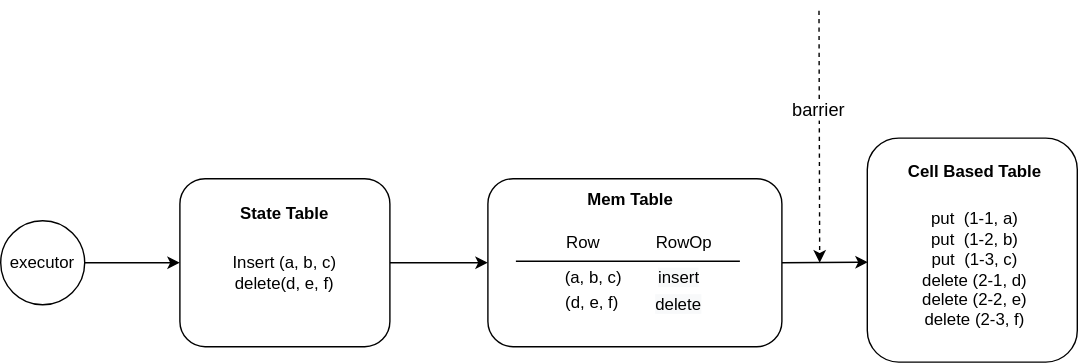
The draw.io diagram docs/images/relational-table-layer/relational-table-03.svg in risingwavelabs/risingwave, before a commit. Source tidied: cells renumbered, new cells last; positions are measured from the earlier drawing's top-left corner, leaving out a move shared by most shapes. The source it was exported from:
```xml
<mxGraphModel>
  <root>
    <mxCell id="0" />
    <mxCell id="1" parent="0" />
    <mxCell id="2" style="edgeStyle=orthogonalEdgeStyle;rounded=0;jettySize=auto;html=1;exitX=1;exitY=0.5;exitDx=0;exitDy=0;" parent="1" edge="1" source="3" target="5">
      <mxGeometry relative="1" as="geometry" />
    </mxCell>
    <mxCell id="3" value="executor" style="ellipse;whiteSpace=wrap;html=1;" parent="1" vertex="1">
      <mxGeometry y="150" width="60" height="60" as="geometry" />
    </mxCell>
    <mxCell id="4" style="edgeStyle=none;rounded=0;jettySize=auto;html=1;exitX=1;exitY=0.5;exitDx=0;exitDy=0;entryX=0;entryY=0.5;entryDx=0;entryDy=0;" parent="1" edge="1" source="5" target="8">
      <mxGeometry relative="1" as="geometry" />
    </mxCell>
    <mxCell id="5" value="&lt;br&gt;Insert (a, b, c)&lt;br&gt;delete(d, e, f)" style="rounded=1;whiteSpace=wrap;html=1;" parent="1" vertex="1">
      <mxGeometry x="128" y="120" width="150" height="120" as="geometry" />
    </mxCell>
    <mxCell id="6" value="&lt;b&gt;State Table&lt;/b&gt;" style="text;html=1;strokeColor=none;fillColor=none;align=center;verticalAlign=middle;whiteSpace=wrap;rounded=0;" parent="1" vertex="1">
      <mxGeometry x="158" y="130" width="90" height="30" as="geometry" />
    </mxCell>
    <mxCell id="7" style="edgeStyle=none;rounded=0;jettySize=auto;html=1;exitX=1;exitY=0.5;exitDx=0;exitDy=0;entryX=0.003;entryY=0.554;entryDx=0;entryDy=0;entryPerimeter=0;fontSize=13;" parent="1" edge="1" source="8" target="15">
      <mxGeometry relative="1" as="geometry" />
    </mxCell>
    <mxCell id="8" value="&lt;table&gt;&lt;tbody&gt;&lt;tr&gt;&lt;td&gt;&lt;br&gt;&lt;/td&gt;&lt;td&gt;&lt;br&gt;&lt;/td&gt;&lt;/tr&gt;&lt;tr&gt;&lt;td&gt;&lt;br&gt;&lt;/td&gt;&lt;td&gt;&lt;br&gt;&lt;/td&gt;&lt;/tr&gt;&lt;/tbody&gt;&lt;/table&gt;" style="rounded=1;whiteSpace=wrap;html=1;" parent="1" vertex="1">
      <mxGeometry x="348" y="120" width="210" height="120" as="geometry" />
    </mxCell>
    <mxCell id="9" value="&lt;b&gt;Mem Table&lt;/b&gt;" style="text;html=1;strokeColor=none;fillColor=none;align=center;verticalAlign=middle;whiteSpace=wrap;rounded=0;" parent="1" vertex="1">
      <mxGeometry x="405" y="120" width="90" height="30" as="geometry" />
    </mxCell>
    <mxCell id="10" value="Row&amp;nbsp; &amp;nbsp; &amp;nbsp; &amp;nbsp; &amp;nbsp; &amp;nbsp; RowOp&amp;nbsp;" style="text;html=1;strokeColor=none;fillColor=none;align=center;verticalAlign=middle;whiteSpace=wrap;rounded=0;dashed=1;" parent="1" vertex="1">
      <mxGeometry x="388" y="151" width="140" height="29" as="geometry" />
    </mxCell>
    <mxCell id="11" value="(a, b, c)&amp;nbsp; &amp;nbsp; &amp;nbsp;" style="text;html=1;strokeColor=none;fillColor=none;align=center;verticalAlign=middle;whiteSpace=wrap;rounded=0;dashed=1;" parent="1" vertex="1">
      <mxGeometry x="373" y="176" width="118" height="30" as="geometry" />
    </mxCell>
    <mxCell id="12" value="(d, e, f)&amp;nbsp;&amp;nbsp;" style="text;html=1;strokeColor=none;fillColor=none;align=center;verticalAlign=middle;whiteSpace=wrap;rounded=0;dashed=1;" parent="1" vertex="1">
      <mxGeometry x="386" y="194" width="80" height="30" as="geometry" />
    </mxCell>
    <mxCell id="13" style="line;strokeWidth=1;html=1;perimeter=backbonePerimeter;" parent="1" vertex="1">
      <mxGeometry x="368" y="174" width="160" height="10" as="geometry" />
    </mxCell>
    <mxCell id="14" value="&lt;span style=&quot;color: rgb(0, 0, 0); font-family: Helvetica; font-size: 12px; font-style: normal; font-variant-ligatures: normal; font-variant-caps: normal; font-weight: 400; letter-spacing: normal; orphans: 2; text-align: center; text-indent: 0px; text-transform: none; widows: 2; word-spacing: 0px; -webkit-text-stroke-width: 0px; background-color: rgb(248, 249, 250); text-decoration-thickness: initial; text-decoration-style: initial; text-decoration-color: initial; float: none; display: inline !important;&quot;&gt;delete&lt;/span&gt;" style="text;whiteSpace=wrap;html=1;" parent="1" vertex="1">
      <mxGeometry x="466" y="196" width="60" height="30" as="geometry" />
    </mxCell>
    <mxCell id="15" value="&lt;table&gt;&lt;tbody&gt;&lt;tr&gt;&lt;td&gt;&lt;br&gt;&lt;/td&gt;&lt;td&gt;&lt;br&gt;&lt;/td&gt;&lt;/tr&gt;&lt;tr&gt;&lt;td&gt;&lt;br&gt;&lt;/td&gt;&lt;td&gt;&lt;br&gt;&lt;/td&gt;&lt;/tr&gt;&lt;/tbody&gt;&lt;/table&gt;" style="rounded=1;whiteSpace=wrap;html=1;" parent="1" vertex="1">
      <mxGeometry x="619" y="91" width="150" height="160" as="geometry" />
    </mxCell>
    <mxCell id="16" value="&lt;b&gt;Cell Based Table&lt;/b&gt;" style="text;html=1;strokeColor=none;fillColor=none;align=center;verticalAlign=middle;whiteSpace=wrap;rounded=0;" parent="1" vertex="1">
      <mxGeometry x="641" y="100" width="110" height="30" as="geometry" />
    </mxCell>
    <mxCell id="17" value="put&amp;nbsp; (1-1, a)&lt;br&gt;put&amp;nbsp; (1-2, b)&lt;br&gt;put&amp;nbsp; (1-3, c)&lt;br&gt;delete (2-1, d)&lt;br&gt;delete (2-2, e)&lt;br&gt;delete (2-3, f)" style="text;html=1;strokeColor=none;fillColor=none;align=center;verticalAlign=middle;whiteSpace=wrap;rounded=0;dashed=1;" parent="1" vertex="1">
      <mxGeometry x="656" y="170" width="80" height="30" as="geometry" />
    </mxCell>
    <mxCell id="18" value="&lt;span style=&quot;color: rgb(0, 0, 0); font-family: Helvetica; font-size: 12px; font-style: normal; font-variant-ligatures: normal; font-variant-caps: normal; font-weight: 400; letter-spacing: normal; orphans: 2; text-align: center; text-indent: 0px; text-transform: none; widows: 2; word-spacing: 0px; -webkit-text-stroke-width: 0px; background-color: rgb(248, 249, 250); text-decoration-thickness: initial; text-decoration-style: initial; text-decoration-color: initial; float: none; display: inline !important;&quot;&gt;insert&lt;/span&gt;" style="text;whiteSpace=wrap;html=1;" parent="1" vertex="1">
      <mxGeometry x="468" y="177" width="60" height="30" as="geometry" />
    </mxCell>
    <mxCell id="19" style="edgeStyle=none;rounded=0;orthogonalLoop=1;jettySize=auto;html=1;dashed=1;" parent="1" edge="1">
      <mxGeometry relative="1" as="geometry">
        <mxPoint x="584.5" as="sourcePoint" />
        <mxPoint x="585" y="180" as="targetPoint" />
      </mxGeometry>
    </mxCell>
    <mxCell id="20" value="barrier" style="edgeLabel;html=1;align=center;verticalAlign=middle;fontSize=13;" parent="19" vertex="1">
      <mxGeometry x="-0.71" y="-1" relative="1" as="geometry">
        <mxPoint y="44" as="offset" />
      </mxGeometry>
    </mxCell>
    <mxCell id="21" style="edgeStyle=none;rounded=0;orthogonalLoop=1;jettySize=auto;html=1;exitX=0.25;exitY=0;exitDx=0;exitDy=0;dashed=1;fontSize=13;" parent="1" edge="1" source="17" target="17">
      <mxGeometry relative="1" as="geometry" />
    </mxCell>
    <mxCell id="22" style="edgeStyle=none;rounded=0;orthogonalLoop=1;jettySize=auto;html=1;exitX=0;exitY=0.5;exitDx=0;exitDy=0;dashed=1;fontSize=13;" parent="1" edge="1" source="8" target="8">
      <mxGeometry relative="1" as="geometry" />
    </mxCell>
  </root>
</mxGraphModel>
```
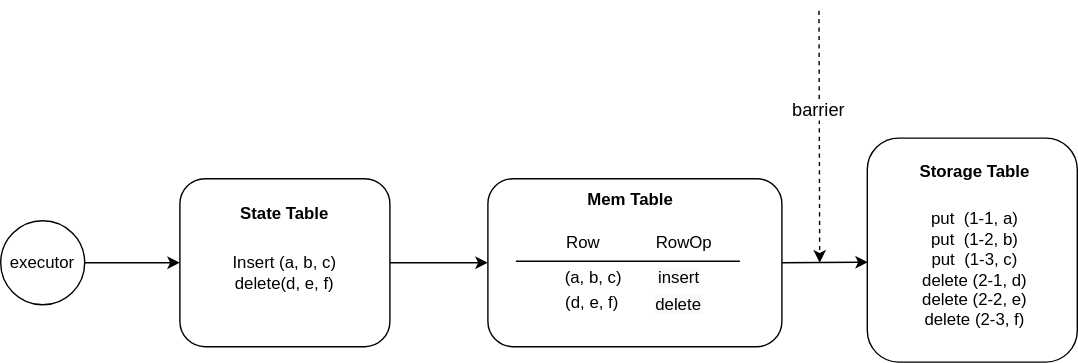
Above is the later version.

Commit message:
update docs: rename cell-based table to storage table

Change to the diagram source:
```diff
@@ -44,7 +44,7 @@
     <mxCell id="15" value="&lt;table&gt;&lt;tbody&gt;&lt;tr&gt;&lt;td&gt;&lt;br&gt;&lt;/td&gt;&lt;td&gt;&lt;br&gt;&lt;/td&gt;&lt;/tr&gt;&lt;tr&gt;&lt;td&gt;&lt;br&gt;&lt;/td&gt;&lt;td&gt;&lt;br&gt;&lt;/td&gt;&lt;/tr&gt;&lt;/tbody&gt;&lt;/table&gt;" style="rounded=1;whiteSpace=wrap;html=1;" parent="1" vertex="1">
       <mxGeometry x="619" y="91" width="150" height="160" as="geometry" />
     </mxCell>
-    <mxCell id="16" value="&lt;b&gt;Cell Based Table&lt;/b&gt;" style="text;html=1;strokeColor=none;fillColor=none;align=center;verticalAlign=middle;whiteSpace=wrap;rounded=0;" parent="1" vertex="1">
+    <mxCell id="16" value="&lt;b&gt;Storage Table&lt;/b&gt;" style="text;html=1;strokeColor=none;fillColor=none;align=center;verticalAlign=middle;whiteSpace=wrap;rounded=0;" parent="1" vertex="1">
       <mxGeometry x="641" y="100" width="110" height="30" as="geometry" />
     </mxCell>
     <mxCell id="17" value="put&amp;nbsp; (1-1, a)&lt;br&gt;put&amp;nbsp; (1-2, b)&lt;br&gt;put&amp;nbsp; (1-3, c)&lt;br&gt;delete (2-1, d)&lt;br&gt;delete (2-2, e)&lt;br&gt;delete (2-3, f)" style="text;html=1;strokeColor=none;fillColor=none;align=center;verticalAlign=middle;whiteSpace=wrap;rounded=0;dashed=1;" parent="1" vertex="1">
```
